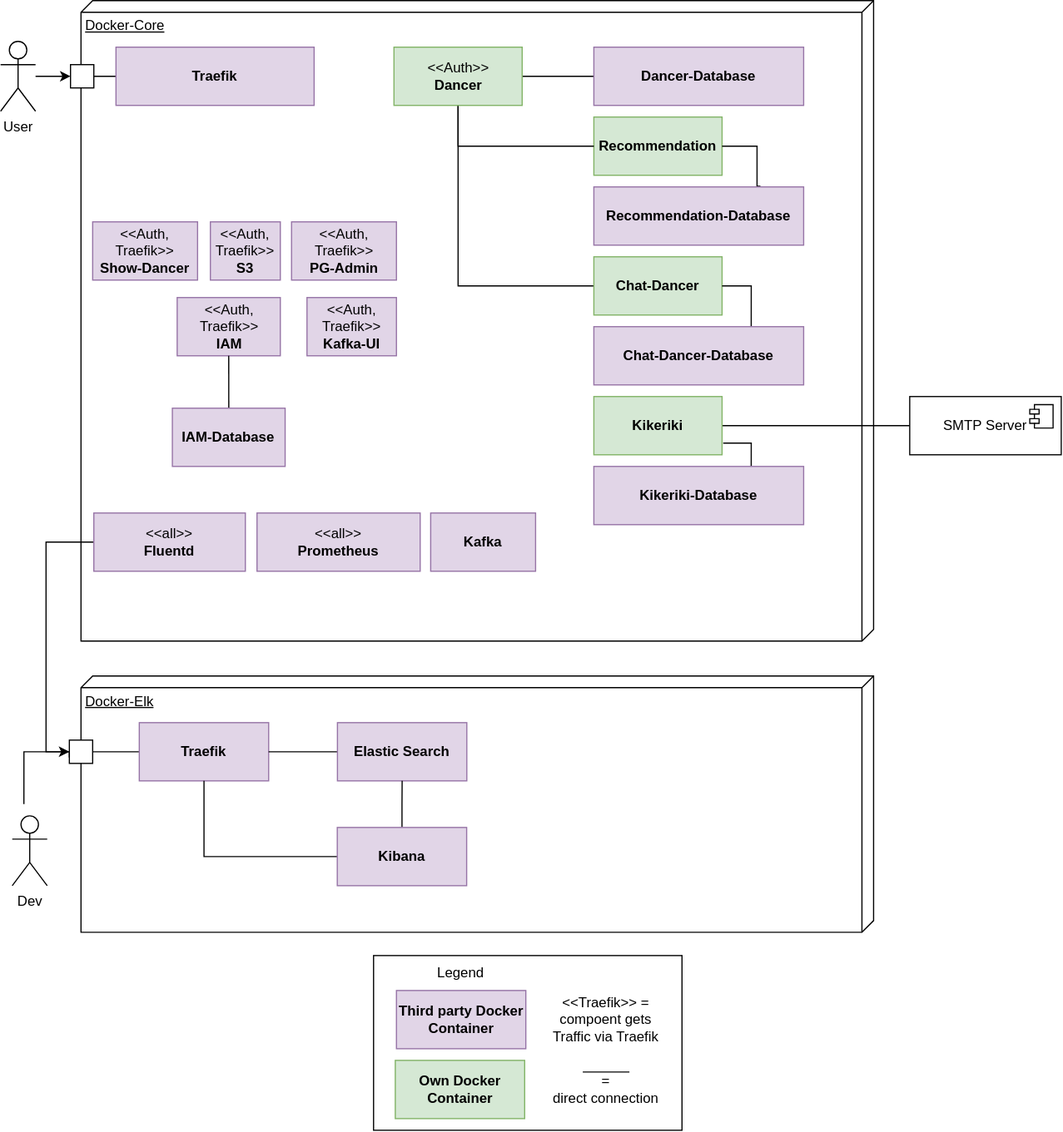
Earlier version of the draw.io export src/main/jbake/content/documentation/arc42/images/deployment.drawio.svg (dancier/documentation). Source tidied: cells renumbered, new cells last; positions are measured from the earlier drawing's top-left corner, leaving out a move shared by most shapes.
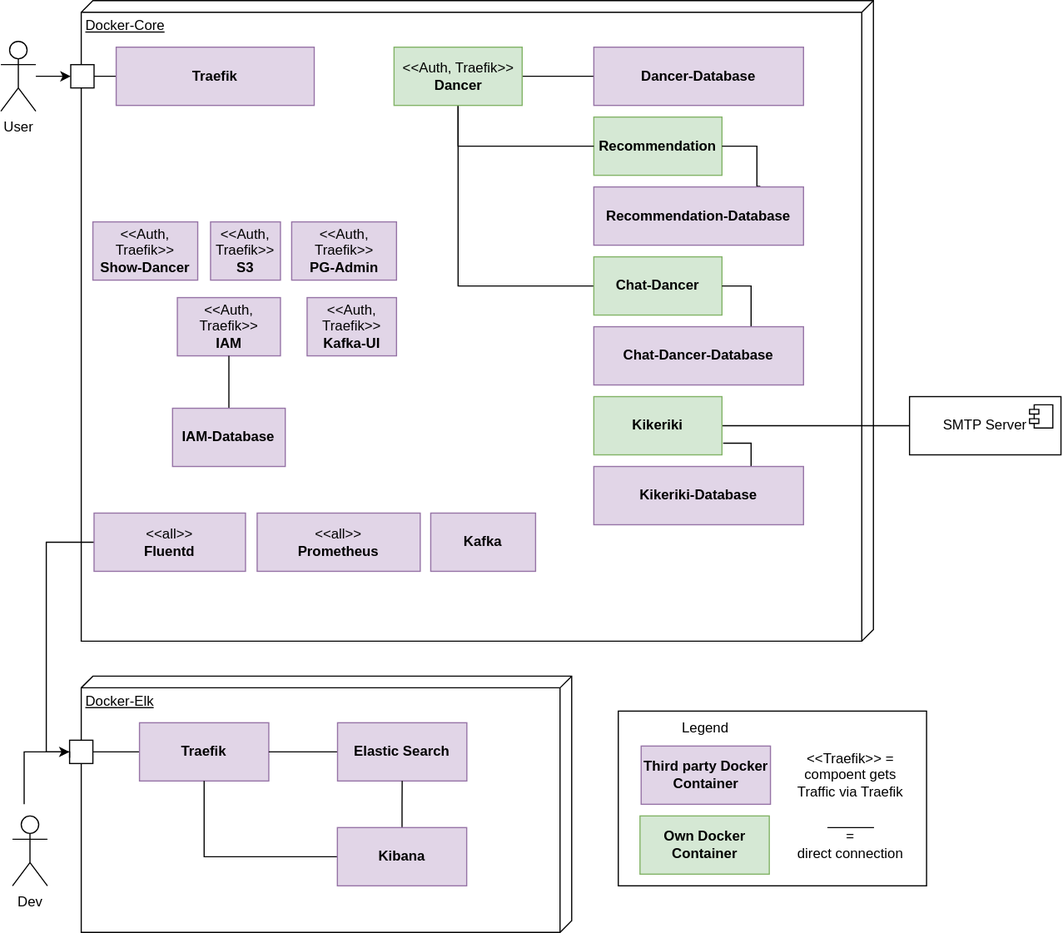
Later version of the same file.

Change to the diagram source:
```diff
@@ -77,7 +77,7 @@
         </Array>
       </mxGeometry>
     </mxCell>
-    <mxCell id="24" value="&amp;lt;&amp;lt;Auth&amp;gt;&amp;gt;&lt;br&gt;&lt;b&gt;Dancer&lt;/b&gt;" style="html=1;whiteSpace=wrap;fillColor=#d5e8d4;strokeColor=#82b366;" parent="1" vertex="1">
+    <mxCell id="24" value="&amp;lt;&amp;lt;Auth, Traefik&amp;gt;&amp;gt;&lt;br&gt;&lt;b&gt;Dancer&lt;/b&gt;" style="html=1;whiteSpace=wrap;fillColor=#d5e8d4;strokeColor=#82b366;" parent="1" vertex="1">
       <mxGeometry x="337.5" y="40" width="110" height="50" as="geometry" />
     </mxCell>
     <mxCell id="25" value="&amp;lt;&amp;lt;Auth, Traefik&amp;gt;&amp;gt;&lt;br&gt;&lt;b&gt;Show-Dancer&lt;/b&gt;" style="html=1;whiteSpace=wrap;fillColor=#e1d5e7;strokeColor=#9673a6;" parent="1" vertex="1">
@@ -105,7 +105,7 @@
       <mxGeometry x="509" y="280" width="180" height="50" as="geometry" />
     </mxCell>
     <mxCell id="31" value="Docker-Elk" style="verticalAlign=top;align=left;spacingTop=8;spacingLeft=2;spacingRight=12;shape=cube;size=10;direction=south;fontStyle=4;html=1;whiteSpace=wrap;" parent="1" vertex="1">
-      <mxGeometry x="69" y="580" width="680" height="220" as="geometry" />
+      <mxGeometry x="69" y="580" width="421" height="220" as="geometry" />
     </mxCell>
     <mxCell id="32" style="rounded=0;whiteSpace=wrap;html=1;" parent="1" vertex="1">
       <mxGeometry x="60" y="55" width="20" height="20" as="geometry" />
@@ -160,29 +160,32 @@
     <mxCell id="46" value="Dev" style="shape=umlActor;verticalLabelPosition=bottom;verticalAlign=top;html=1;" parent="1" vertex="1">
       <mxGeometry x="10" y="700" width="30" height="60" as="geometry" />
     </mxCell>
+    <mxCell id="54" style="group;" parent="1" vertex="1">
+      <mxGeometry x="530" y="610" width="264.6" height="150" as="geometry" />
+    </mxCell>
-    <mxCell id="47" style="rounded=0;whiteSpace=wrap;html=1;" parent="1" vertex="1">
-      <mxGeometry x="320" y="820" width="264.6" height="150" as="geometry" />
+    <mxCell id="47" style="rounded=0;whiteSpace=wrap;html=1;" parent="54" vertex="1">
+      <mxGeometry width="264.6" height="150" as="geometry" />
     </mxCell>
-    <mxCell id="48" value="&lt;b&gt;Third party Docker Container&lt;/b&gt;" style="html=1;whiteSpace=wrap;fillColor=#e1d5e7;strokeColor=#9673a6;" parent="1" vertex="1">
-      <mxGeometry x="339.6" y="850" width="111" height="50" as="geometry" />
+    <mxCell id="48" value="&lt;b&gt;Third party Docker Container&lt;/b&gt;" style="html=1;whiteSpace=wrap;fillColor=#e1d5e7;strokeColor=#9673a6;" parent="54" vertex="1">
+      <mxGeometry x="19.6" y="30" width="111" height="50" as="geometry" />
     </mxCell>
-    <mxCell id="49" value="&lt;b&gt;Own Docker Container&lt;/b&gt;" style="html=1;whiteSpace=wrap;fillColor=#d5e8d4;strokeColor=#82b366;" parent="1" vertex="1">
-      <mxGeometry x="338.6" y="910" width="111" height="50" as="geometry" />
+    <mxCell id="49" value="&lt;b&gt;Own Docker Container&lt;/b&gt;" style="html=1;whiteSpace=wrap;fillColor=#d5e8d4;strokeColor=#82b366;" parent="54" vertex="1">
+      <mxGeometry x="18.6" y="90" width="111" height="50" as="geometry" />
     </mxCell>
-    <mxCell id="50" value="Legend" style="text;html=1;strokeColor=none;fillColor=none;align=center;verticalAlign=middle;whiteSpace=wrap;rounded=0;" parent="1" vertex="1">
-      <mxGeometry x="365.1" y="820" width="60" height="30" as="geometry" />
+    <mxCell id="50" value="Legend" style="text;html=1;strokeColor=none;fillColor=none;align=center;verticalAlign=middle;whiteSpace=wrap;rounded=0;" parent="54" vertex="1">
+      <mxGeometry x="45.1" width="60" height="30" as="geometry" />
     </mxCell>
-    <mxCell id="51" value="&amp;lt;&amp;lt;Traefik&amp;gt;&amp;gt; = compoent gets Traffic via Traefik" style="text;html=1;strokeColor=none;fillColor=none;align=center;verticalAlign=middle;whiteSpace=wrap;rounded=0;" parent="1" vertex="1">
-      <mxGeometry x="469" y="860" width="101" height="30" as="geometry" />
+    <mxCell id="51" value="&amp;lt;&amp;lt;Traefik&amp;gt;&amp;gt; = compoent gets Traffic via Traefik" style="text;html=1;strokeColor=none;fillColor=none;align=center;verticalAlign=middle;whiteSpace=wrap;rounded=0;" parent="54" vertex="1">
+      <mxGeometry x="149" y="40" width="101" height="30" as="geometry" />
     </mxCell>
-    <mxCell id="52" style="endArrow=none;html=1;rounded=0;" parent="1" edge="1">
+    <mxCell id="52" style="endArrow=none;html=1;rounded=0;" parent="54" edge="1">
       <mxGeometry relative="1" as="geometry">
-        <mxPoint x="499.5" y="920" as="sourcePoint" />
-        <mxPoint x="539.5" y="920" as="targetPoint" />
+        <mxPoint x="179.5" y="100" as="sourcePoint" />
+        <mxPoint x="219.5" y="100" as="targetPoint" />
       </mxGeometry>
     </mxCell>
-    <mxCell id="53" value="=&lt;br&gt;direct connection" style="text;html=1;strokeColor=none;fillColor=none;align=center;verticalAlign=middle;whiteSpace=wrap;rounded=0;" parent="1" vertex="1">
-      <mxGeometry x="469" y="920" width="101" height="30" as="geometry" />
+    <mxCell id="53" value="=&lt;br&gt;direct connection" style="text;html=1;strokeColor=none;fillColor=none;align=center;verticalAlign=middle;whiteSpace=wrap;rounded=0;" parent="54" vertex="1">
+      <mxGeometry x="149" y="100" width="101" height="30" as="geometry" />
     </mxCell>
   </root>
 </mxGraphModel>
```
